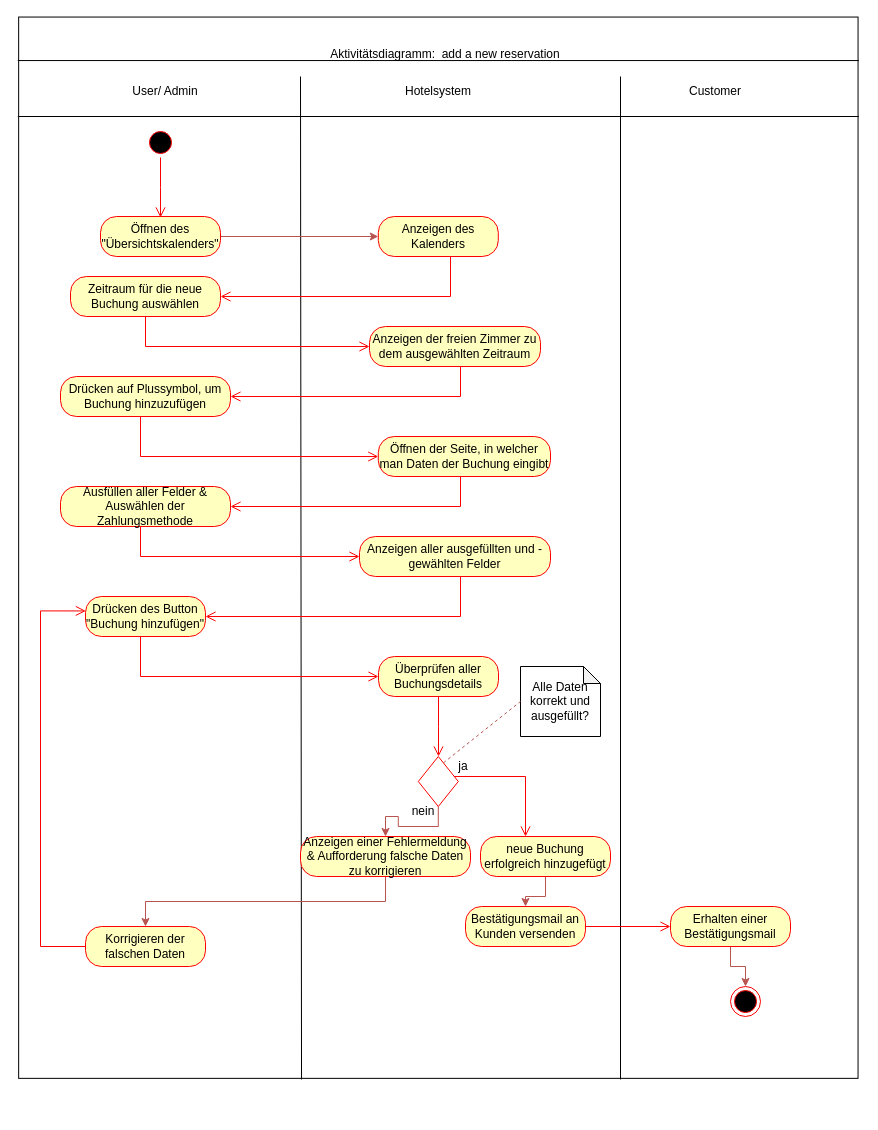
Above: Aktivitätsdiagramm.drawio in N4ims/hotel-system (draw.io), before the change. Source tidied: cells renumbered, new cells numbered last; positions are measured from the earlier drawing's top-left corner, leaving out a move shared by most shapes. Both pictures are drawn from the tidied source at 100%, with x=0, y=0 at pixel (-93, 39).
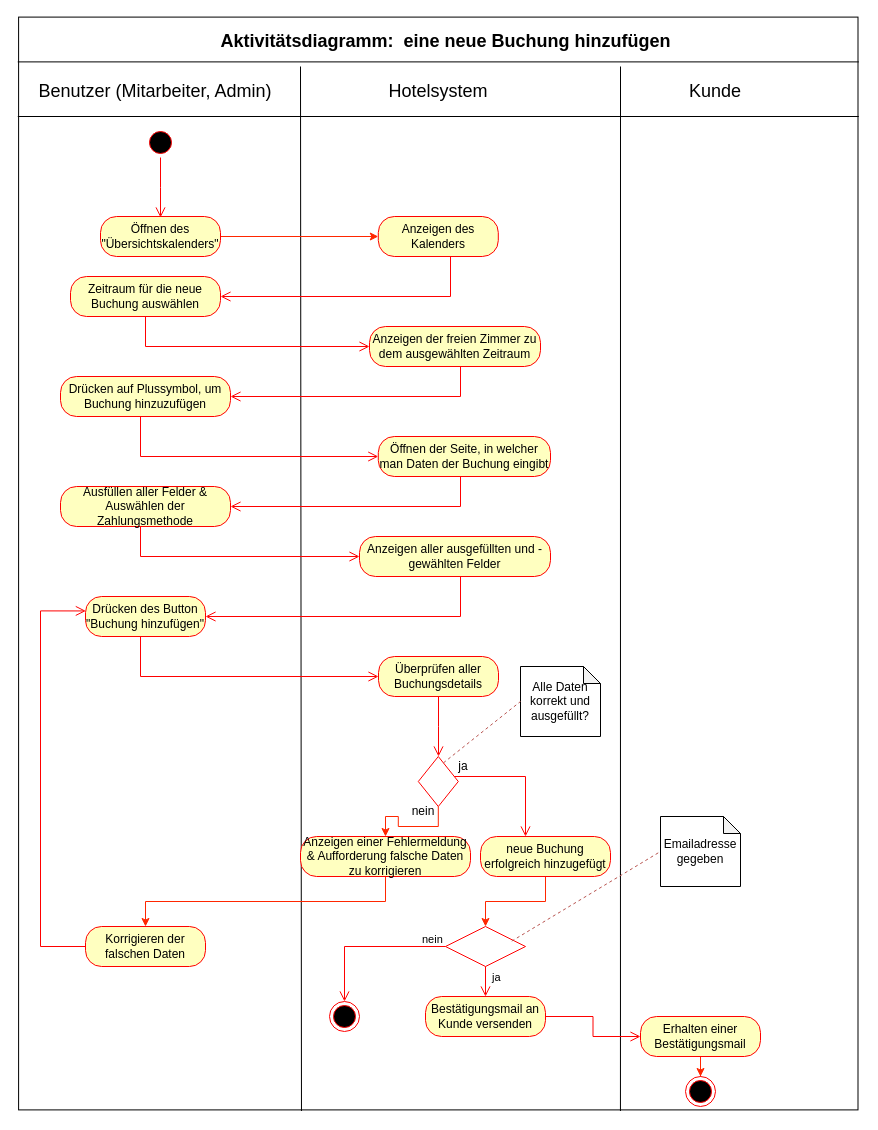
The same diagram, later.

The change refers to these unchanged cells:
```xml
<mxCell id="12" value="Öffnen des &quot;Übersichtskalenders&quot;" style="rounded=1;whiteSpace=wrap;html=1;arcSize=40;fontColor=#000000;fillColor=#ffffc0;strokeColor=#ff0000;" parent="1" vertex="1">
  <mxGeometry x="193" y="177" width="120" height="40" as="geometry" />
</mxCell>
<mxCell id="15" value="Anzeigen des Kalenders" style="rounded=1;whiteSpace=wrap;html=1;arcSize=40;fontColor=#000000;fillColor=#ffffc0;strokeColor=#ff0000;" parent="1" vertex="1">
  <mxGeometry x="470.8" y="177" width="120" height="40" as="geometry" />
</mxCell>
<mxCell id="34" style="rhombus;whiteSpace=wrap;html=1;fontColor=#000000;fillColor=none;strokeColor=#ff0000;" parent="1" vertex="1">
  <mxGeometry x="510.8" y="717" width="40" height="50" as="geometry" />
</mxCell>
<mxCell id="37" value="Anzeigen einer Fehlermeldung &amp;amp; Aufforderung falsche Daten zu korrigieren" style="rounded=1;whiteSpace=wrap;html=1;arcSize=40;fontColor=#000000;fillColor=#ffffc0;strokeColor=#ff0000;" parent="1" vertex="1">
  <mxGeometry x="393" y="797" width="170" height="40" as="geometry" />
</mxCell>
<mxCell id="39" value="neue Buchung erfolgreich hinzugefügt" style="rounded=1;whiteSpace=wrap;html=1;arcSize=40;fontColor=#000000;fillColor=#ffffc0;strokeColor=#ff0000;" parent="1" vertex="1">
  <mxGeometry x="573" y="797" width="130" height="40" as="geometry" />
</mxCell>
<mxCell id="40" value="Korrigieren der falschen Daten" style="rounded=1;whiteSpace=wrap;html=1;arcSize=40;fontColor=#000000;fillColor=#ffffc0;strokeColor=#ff0000;" parent="1" vertex="1">
  <mxGeometry x="178" y="887" width="120" height="40" as="geometry" />
</mxCell>
```

Diff of the diagram source:
```diff
@@
-    <mxCell id="2" style="rounded=0;whiteSpace=wrap;html=1;rotation=90;fillColor=none;" parent="1" vertex="1">
-      <mxGeometry x="0.2" y="88.5" width="1061.3" height="839.4" as="geometry" />
+    <mxCell id="2" style="rounded=0;whiteSpace=wrap;html=1;rotation=90;fillColor=default;" parent="1" vertex="1">
+      <mxGeometry x="-15.6" y="104.3" width="1092.8" height="839.4" as="geometry" />
     </mxCell>
@@
-    <mxCell id="4" value="Aktivitätsdiagramm: &amp;nbsp;add a new reservation" style="text;html=1;strokeColor=none;fillColor=none;align=center;verticalAlign=middle;whiteSpace=wrap;rounded=0;" parent="1" vertex="1">
-      <mxGeometry x="398" width="280" height="30" as="geometry" />
+    <mxCell id="4" value="&lt;b&gt;&lt;font style=&quot;font-size: 18px;&quot;&gt;Aktivitätsdiagramm: &amp;nbsp;eine neue Buchung hinzufügen&lt;/font&gt;&lt;/b&gt;" style="text;html=1;strokeColor=none;fillColor=none;align=center;verticalAlign=middle;whiteSpace=wrap;rounded=0;" parent="1" vertex="1">
+      <mxGeometry x="296" y="-13" width="485" height="30" as="geometry" />
     </mxCell>
     <mxCell id="5" style="endArrow=none;html=1;rounded=0;exitX=1.001;exitY=0.663;exitDx=0;exitDy=0;exitPerimeter=0;" parent="1" edge="1" source="2">
       <mxGeometry relative="1" as="geometry">
-        <mxPoint x="393" y="37" as="targetPoint" />
+        <mxPoint x="393" y="27" as="targetPoint" />
       </mxGeometry>
     </mxCell>
     <mxCell id="6" style="endArrow=none;html=1;rounded=0;exitX=1.001;exitY=0.283;exitDx=0;exitDy=0;exitPerimeter=0;" parent="1" edge="1" source="2">
       <mxGeometry relative="1" as="geometry">
-        <mxPoint x="713" y="37" as="targetPoint" />
+        <mxPoint x="713" y="27" as="targetPoint" />
       </mxGeometry>
     </mxCell>
@@
-    <mxCell id="8" value="User/ Admin" style="text;html=1;strokeColor=none;fillColor=none;align=center;verticalAlign=middle;whiteSpace=wrap;rounded=0;" parent="1" vertex="1">
-      <mxGeometry x="203" y="37.3" width="110" height="30" as="geometry" />
+    <mxCell id="8" value="&lt;font style=&quot;font-size: 18px;&quot;&gt;Benutzer (Mitarbeiter, Admin)&lt;/font&gt;" style="text;html=1;strokeColor=none;fillColor=none;align=center;verticalAlign=middle;whiteSpace=wrap;rounded=0;" parent="1" vertex="1">
+      <mxGeometry x="123" y="37.3" width="250" height="30" as="geometry" />
     </mxCell>
-    <mxCell id="9" value="Hotelsystem" style="text;html=1;strokeColor=none;fillColor=none;align=center;verticalAlign=middle;whiteSpace=wrap;rounded=0;" parent="1" vertex="1">
+    <mxCell id="9" value="&lt;font style=&quot;font-size: 18px;&quot;&gt;Hotelsystem&lt;/font&gt;" style="text;html=1;strokeColor=none;fillColor=none;align=center;verticalAlign=middle;whiteSpace=wrap;rounded=0;" parent="1" vertex="1">
       <mxGeometry x="475.8" y="37.3" width="110" height="30" as="geometry" />
     </mxCell>
-    <mxCell id="10" value="Customer" style="text;html=1;strokeColor=none;fillColor=none;align=center;verticalAlign=middle;whiteSpace=wrap;rounded=0;" parent="1" vertex="1">
+    <mxCell id="10" value="&lt;font style=&quot;font-size: 18px;&quot;&gt;Kunde&lt;/font&gt;" style="text;html=1;strokeColor=none;fillColor=none;align=center;verticalAlign=middle;whiteSpace=wrap;rounded=0;" parent="1" vertex="1">
       <mxGeometry x="753" y="37.3" width="110" height="30" as="geometry" />
     </mxCell>
-    <mxCell id="11" style="edgeStyle=orthogonalEdgeStyle;rounded=0;jettySize=auto;html=1;fillColor=#f8cecc;strokeColor=#b85450;" parent="1" edge="1" source="12" target="15">
+    <mxCell id="11" style="edgeStyle=orthogonalEdgeStyle;rounded=0;jettySize=auto;html=1;fillColor=#f8cecc;strokeColor=#ff2600;" parent="1" edge="1" source="12" target="15">
       <mxGeometry relative="1" as="geometry" />
     </mxCell>
@@
-    <mxCell id="33" style="edgeStyle=orthogonalEdgeStyle;rounded=0;jettySize=auto;html=1;entryX=0.5;entryY=0;entryDx=0;entryDy=0;fillColor=#f8cecc;strokeColor=#b85450;" parent="1" edge="1" source="34" target="37">
+    <mxCell id="33" style="edgeStyle=orthogonalEdgeStyle;rounded=0;jettySize=auto;html=1;entryX=0.5;entryY=0;entryDx=0;entryDy=0;fillColor=#f8cecc;strokeColor=#ff2600;" parent="1" edge="1" source="34" target="37">
       <mxGeometry relative="1" as="geometry" />
     </mxCell>
@@
-    <mxCell id="36" style="edgeStyle=orthogonalEdgeStyle;rounded=0;jettySize=auto;html=1;exitX=0.5;exitY=1;exitDx=0;exitDy=0;entryX=0.5;entryY=0;entryDx=0;entryDy=0;fillColor=#f8cecc;strokeColor=#b85450;" parent="1" edge="1" source="37" target="40">
+    <mxCell id="36" style="edgeStyle=orthogonalEdgeStyle;rounded=0;jettySize=auto;html=1;exitX=0.5;exitY=1;exitDx=0;exitDy=0;entryX=0.5;entryY=0;entryDx=0;entryDy=0;fillColor=#f8cecc;strokeColor=#ff2600;" parent="1" edge="1" source="37" target="40">
       <mxGeometry relative="1" as="geometry" />
     </mxCell>
@@
-    <mxCell id="38" style="edgeStyle=orthogonalEdgeStyle;rounded=0;jettySize=auto;html=1;fillColor=#f8cecc;strokeColor=#b85450;" parent="1" edge="1" source="39" target="42">
+    <mxCell id="38" style="edgeStyle=orthogonalEdgeStyle;rounded=0;jettySize=auto;html=1;fillColor=#f8cecc;strokeColor=#ff2600;entryX=0.5;entryY=0;entryDx=0;entryDy=0;" parent="1" edge="1" source="39" target="51">
       <mxGeometry relative="1" as="geometry" />
     </mxCell>
@@
-    <mxCell id="42" value="Bestätigungsmail an Kunden versenden" style="rounded=1;whiteSpace=wrap;html=1;arcSize=40;fontColor=#000000;fillColor=#ffffc0;strokeColor=#ff0000;" parent="1" vertex="1">
-      <mxGeometry x="558" y="867" width="120" height="40" as="geometry" />
-    </mxCell>
-    <mxCell id="43" style="edgeStyle=orthogonalEdgeStyle;html=1;verticalAlign=bottom;endArrow=open;endSize=8;strokeColor=#ff0000;rounded=0;" parent="1" edge="1" source="42" target="45">
-      <mxGeometry relative="1" as="geometry">
-        <Array as="points">
-          <mxPoint x="713" y="887" />
-          <mxPoint x="713" y="887" />
-        </Array>
-      </mxGeometry>
-    </mxCell>
-    <mxCell id="44" style="edgeStyle=orthogonalEdgeStyle;rounded=0;jettySize=auto;html=1;entryX=0.5;entryY=0;entryDx=0;entryDy=0;fillColor=#f8cecc;strokeColor=#b85450;" parent="1" edge="1" source="45" target="46">
+    <mxCell id="44" style="edgeStyle=orthogonalEdgeStyle;rounded=0;jettySize=auto;html=1;entryX=0.5;entryY=0;entryDx=0;entryDy=0;fillColor=#f8cecc;strokeColor=#ff2600;" parent="1" edge="1" source="45" target="46">
       <mxGeometry relative="1" as="geometry" />
     </mxCell>
     <mxCell id="45" value="Erhalten einer Bestätigungsmail" style="rounded=1;whiteSpace=wrap;html=1;arcSize=40;fontColor=#000000;fillColor=#ffffc0;strokeColor=#ff0000;" parent="1" vertex="1">
-      <mxGeometry x="763" y="867" width="120" height="40" as="geometry" />
+      <mxGeometry x="733" y="977" width="120" height="40" as="geometry" />
     </mxCell>
     <mxCell id="46" style="ellipse;html=1;shape=endState;fillColor=#000000;strokeColor=#ff0000;" parent="1" vertex="1">
-      <mxGeometry x="823" y="947" width="30" height="30" as="geometry" />
+      <mxGeometry x="778" y="1037" width="30" height="30" as="geometry" />
     </mxCell>
@@
+    <mxCell id="51" style="rhombus;whiteSpace=wrap;html=1;fontColor=#000000;fillColor=none;strokeColor=#ff0000;" parent="1" vertex="1">
+      <mxGeometry x="538" y="887" width="80" height="40" as="geometry" />
+    </mxCell>
+    <mxCell id="52" value="ja" style="edgeStyle=orthogonalEdgeStyle;html=1;align=left;verticalAlign=bottom;endArrow=open;endSize=8;strokeColor=#ff0000;rounded=0;entryX=0.5;entryY=0;entryDx=0;entryDy=0;" parent="1" edge="1" source="51" target="56">
+      <mxGeometry x="0.33" y="5" relative="1" as="geometry" />
+    </mxCell>
+    <mxCell id="53" value="nein" style="edgeStyle=orthogonalEdgeStyle;html=1;align=left;verticalAlign=top;endArrow=open;endSize=8;strokeColor=#ff0000;rounded=0;entryX=0.5;entryY=0;entryDx=0;entryDy=0;" parent="1" edge="1" source="51" target="58">
+      <mxGeometry x="-0.68" y="-20" relative="1" as="geometry" />
+    </mxCell>
+    <mxCell id="54" value="Emailadresse gegeben" style="shape=note;whiteSpace=wrap;html=1;backgroundOutline=1;darkOpacity=0.05;size=17;" parent="1" vertex="1">
+      <mxGeometry x="753" y="777" width="80" height="70" as="geometry" />
+    </mxCell>
+    <mxCell id="55" style="endArrow=none;dashed=1;html=1;rounded=0;entryX=0;entryY=0.5;entryDx=0;entryDy=0;entryPerimeter=0;exitX=0.828;exitY=0.365;exitDx=0;exitDy=0;fillColor=#f8cecc;strokeColor=#b85450;exitPerimeter=0;" parent="1" edge="1" source="51" target="54">
+      <mxGeometry relative="1" as="geometry" />
+    </mxCell>
+    <mxCell id="56" value="Bestätigungsmail an Kunde versenden" style="rounded=1;whiteSpace=wrap;html=1;arcSize=40;fontColor=#000000;fillColor=#ffffc0;strokeColor=#ff0000;" parent="1" vertex="1">
+      <mxGeometry x="518" y="957" width="120" height="40" as="geometry" />
+    </mxCell>
+    <mxCell id="57" style="edgeStyle=orthogonalEdgeStyle;html=1;verticalAlign=bottom;endArrow=open;endSize=8;strokeColor=#ff0000;rounded=0;entryX=0;entryY=0.5;entryDx=0;entryDy=0;" parent="1" edge="1" source="56" target="45">
+      <mxGeometry relative="1" as="geometry" />
+    </mxCell>
+    <mxCell id="58" style="ellipse;html=1;shape=endState;fillColor=#000000;strokeColor=#ff0000;" parent="1" vertex="1">
+      <mxGeometry x="422" y="962" width="30" height="30" as="geometry" />
+    </mxCell>
```
